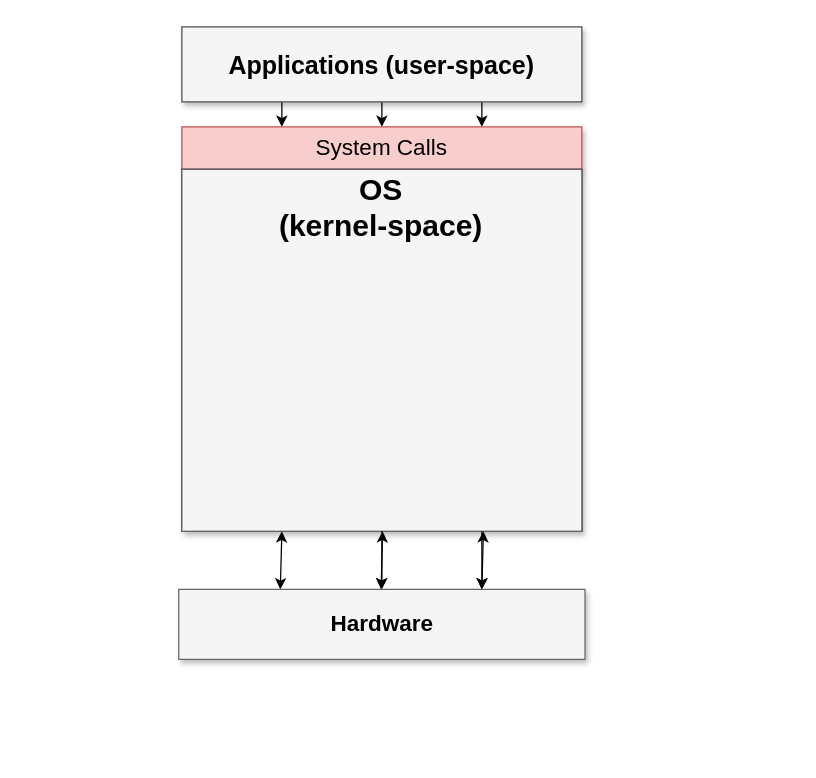
Before: page "OS_2" (3 of 4) of Operating_Systems/img/OS.drawio in Steindvart/My_study, a draw.io diagram. Source tidied: cells renumbered, new cells numbered last; positions are measured from the earlier drawing's top-left corner, leaving out a move shared by most shapes. Both pictures are drawn from the tidied source at 125%, with x=0, y=0 at pixel (179, 26).
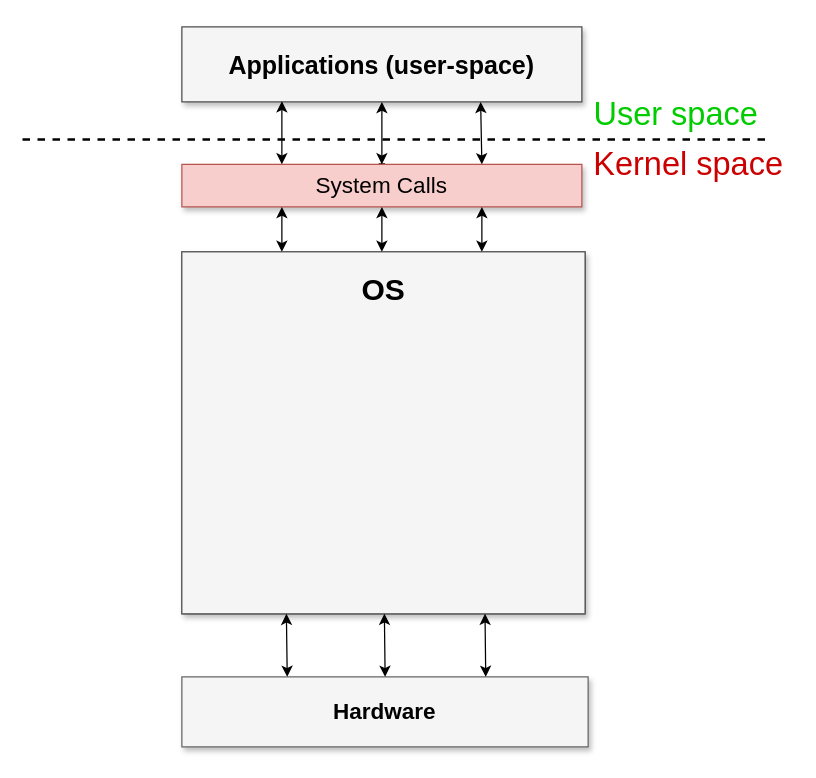
The same page after the edit.

Unchanged cells that the change refers to:
```xml
<mxCell id="5" value="&lt;b&gt;Applications (user-space)&lt;/b&gt;" style="whiteSpace=wrap;html=1;shadow=1;fontSize=20;fillColor=#f5f5f5;strokeColor=#4D4D4D;strokeWidth=1;" parent="1" vertex="1">
  <mxGeometry x="2" width="320" height="60" as="geometry" />
</mxCell>
```

The edit, as a diff of the source:
```diff
@@
-    <mxCell id="2" style="edgeStyle=orthogonalEdgeStyle;rounded=0;jettySize=auto;html=1;exitX=0.25;exitY=1;exitDx=0;exitDy=0;entryX=0.25;entryY=0;entryDx=0;entryDy=0;" parent="1" edge="1" source="5" target="10">
-      <mxGeometry relative="1" as="geometry" />
-    </mxCell>
-    <mxCell id="3" style="edgeStyle=orthogonalEdgeStyle;rounded=0;jettySize=auto;html=1;exitX=0.5;exitY=1;exitDx=0;exitDy=0;entryX=0.5;entryY=0;entryDx=0;entryDy=0;" parent="1" edge="1" source="5" target="10">
-      <mxGeometry relative="1" as="geometry" />
-    </mxCell>
-    <mxCell id="4" style="edgeStyle=orthogonalEdgeStyle;rounded=0;jettySize=auto;html=1;exitX=0.75;exitY=1;exitDx=0;exitDy=0;entryX=0.75;entryY=0;entryDx=0;entryDy=0;" parent="1" edge="1" source="5" target="10">
-      <mxGeometry relative="1" as="geometry" />
-    </mxCell>
@@
     <mxCell id="6" value="&lt;b&gt;Hardware&lt;/b&gt;" style="whiteSpace=wrap;html=1;shadow=1;fontSize=18;fillColor=#f5f5f5;strokeColor=#666666;" parent="1" vertex="1">
-      <mxGeometry x="-0.5" y="450" width="325" height="56" as="geometry" />
+      <mxGeometry x="2" y="520" width="325" height="56" as="geometry" />
     </mxCell>
-    <mxCell id="7" style="edgeStyle=orthogonalEdgeStyle;rounded=0;jettySize=auto;html=1;exitX=0.25;exitY=1;exitDx=0;exitDy=0;entryX=0.136;entryY=0.025;entryDx=0;entryDy=0;entryPerimeter=0;" parent="1" edge="1" source="10" target="13">
-      <mxGeometry relative="1" as="geometry" />
-    </mxCell>
-    <mxCell id="8" style="edgeStyle=orthogonalEdgeStyle;rounded=0;jettySize=auto;html=1;exitX=0.5;exitY=1;exitDx=0;exitDy=0;entryX=0.5;entryY=0;entryDx=0;entryDy=0;" parent="1" edge="1" source="10" target="13">
-      <mxGeometry relative="1" as="geometry" />
-    </mxCell>
-    <mxCell id="9" style="edgeStyle=orthogonalEdgeStyle;rounded=0;jettySize=auto;html=1;exitX=0.75;exitY=1;exitDx=0;exitDy=0;entryX=0.845;entryY=0.042;entryDx=0;entryDy=0;entryPerimeter=0;" parent="1" edge="1" source="10" target="13">
-      <mxGeometry relative="1" as="geometry" />
-    </mxCell>
+    <mxCell id="19" style="edgeStyle=orthogonalEdgeStyle;shape=link;rounded=0;jettySize=auto;html=1;shadow=0;strokeWidth=2;" parent="1" edge="1" source="10">
+      <mxGeometry relative="1" as="geometry">
+        <mxPoint x="162" y="110" as="targetPoint" />
+      </mxGeometry>
+    </mxCell>
     <mxCell id="10" value="System Calls" style="whiteSpace=wrap;html=1;shadow=1;fontSize=18;fillColor=#f8cecc;strokeColor=#b85450;rounded=0;glass=0;comic=0;absoluteArcSize=0;noLabel=0;fixDash=0;" parent="1" vertex="1">
-      <mxGeometry x="2" y="80" width="320" height="34" as="geometry" />
+      <mxGeometry x="2" y="110" width="320" height="34" as="geometry" />
     </mxCell>
     <mxCell id="11" style="group;fillColor=#CCCCCC;strokeColor=#000000;rounded=0;glass=0;comic=0;" parent="1" vertex="1">
-      <mxGeometry x="2" y="114" width="320" height="289.5" as="geometry" />
+      <mxGeometry x="2" y="180" width="322.5" height="289.5" as="geometry" />
     </mxCell>
     <mxCell id="12" style="whiteSpace=wrap;html=1;shadow=1;fontSize=18;fillColor=#f5f5f5;strokeColor=#666666;" parent="11" vertex="1">
-      <mxGeometry width="320" height="289.5" as="geometry" />
+      <mxGeometry width="322.5" height="289.5" as="geometry" />
     </mxCell>
-    <mxCell id="13" value="&lt;font style=&quot;font-size: 24px&quot;&gt;&lt;b&gt;&lt;font style=&quot;font-size: 24px&quot;&gt;OS &lt;br&gt;(kernel-space)&lt;br&gt;&lt;/font&gt;&lt;/b&gt;&lt;/font&gt;" style="text;html=1;strokeColor=none;fillColor=none;align=center;verticalAlign=middle;whiteSpace=wrap;rounded=0;" parent="11" vertex="1">
-      <mxGeometry x="47.5" width="224.9" height="62" as="geometry" />
+    <mxCell id="13" value="&lt;font style=&quot;font-size: 24px&quot;&gt;&lt;b&gt;&lt;font style=&quot;font-size: 24px&quot;&gt;OS &lt;br&gt;&lt;/font&gt;&lt;/b&gt;&lt;/font&gt;" style="text;html=1;strokeColor=none;fillColor=none;align=center;verticalAlign=middle;whiteSpace=wrap;rounded=0;" parent="11" vertex="1">
+      <mxGeometry x="47.9" width="226.7" height="62" as="geometry" />
     </mxCell>
-    <mxCell id="14" style="edgeStyle=orthogonalEdgeStyle;rounded=0;jettySize=auto;html=1;exitX=0.5;exitY=1;exitDx=0;exitDy=0;" parent="1" edge="1" source="12">
-      <mxGeometry relative="1" as="geometry">
-        <mxPoint x="162" y="450" as="targetPoint" />
-      </mxGeometry>
-    </mxCell>
-    <mxCell id="15" style="edgeStyle=orthogonalEdgeStyle;rounded=0;jettySize=auto;html=1;exitX=0.75;exitY=1;exitDx=0;exitDy=0;" parent="1" edge="1" source="12">
-      <mxGeometry relative="1" as="geometry">
-        <mxPoint x="242" y="450" as="targetPoint" />
-      </mxGeometry>
-    </mxCell>
-    <mxCell id="16" style="endArrow=classic;startArrow=classic;html=1;entryX=0.25;entryY=1;entryDx=0;entryDy=0;exitX=0.25;exitY=0;exitDx=0;exitDy=0;" parent="1" edge="1" source="6" target="12">
-      <mxGeometry relative="1" as="geometry" />
+    <mxCell id="16" style="endArrow=classic;startArrow=classic;html=1;entryX=0.25;entryY=1;entryDx=0;entryDy=0;exitX=0.25;exitY=0;exitDx=0;exitDy=0;" parent="1" edge="1">
+      <mxGeometry relative="1" as="geometry">
+        <mxPoint x="86.3" y="520" as="sourcePoint" />
+        <mxPoint x="85.6" y="469.5" as="targetPoint" />
+      </mxGeometry>
     </mxCell>
-    <mxCell id="17" style="endArrow=classic;startArrow=classic;html=1;entryX=0.25;entryY=1;entryDx=0;entryDy=0;exitX=0.25;exitY=0;exitDx=0;exitDy=0;" parent="1" edge="1">
-      <mxGeometry relative="1" as="geometry">
-        <mxPoint x="161.4" y="450" as="sourcePoint" />
-        <mxPoint x="162.6" y="403.5" as="targetPoint" />
-      </mxGeometry>
-    </mxCell>
-    <mxCell id="18" style="endArrow=classic;startArrow=classic;html=1;entryX=0.25;entryY=1;entryDx=0;entryDy=0;exitX=0.25;exitY=0;exitDx=0;exitDy=0;" parent="1" edge="1">
-      <mxGeometry relative="1" as="geometry">
-        <mxPoint x="242" y="450" as="sourcePoint" />
-        <mxPoint x="243.2" y="403.5" as="targetPoint" />
-      </mxGeometry>
-    </mxCell>
+    <mxCell id="20" style="endArrow=classic;startArrow=classic;html=1;entryX=0.25;entryY=1;entryDx=0;entryDy=0;exitX=0.25;exitY=0;exitDx=0;exitDy=0;" parent="1" edge="1">
+      <mxGeometry relative="1" as="geometry">
+        <mxPoint x="164.6" y="520" as="sourcePoint" />
+        <mxPoint x="164" y="469.5" as="targetPoint" />
+      </mxGeometry>
+    </mxCell>
+    <mxCell id="21" style="endArrow=classic;startArrow=classic;html=1;entryX=0.25;entryY=1;entryDx=0;entryDy=0;exitX=0.25;exitY=0;exitDx=0;exitDy=0;" parent="1" edge="1">
+      <mxGeometry relative="1" as="geometry">
+        <mxPoint x="245.1" y="520" as="sourcePoint" />
+        <mxPoint x="244.5" y="469.5" as="targetPoint" />
+      </mxGeometry>
+    </mxCell>
+    <mxCell id="22" style="endArrow=none;dashed=1;html=1;shadow=0;strokeWidth=2;" parent="1" edge="1">
+      <mxGeometry relative="1" as="geometry">
+        <mxPoint x="-125.5" y="90" as="sourcePoint" />
+        <mxPoint x="474.5" y="90" as="targetPoint" />
+      </mxGeometry>
+    </mxCell>
+    <mxCell id="23" value="&lt;font style=&quot;font-size: 26px&quot; color=&quot;#00CC00&quot;&gt;User space&lt;br&gt;&lt;/font&gt;" style="text;html=1;align=center;verticalAlign=middle;" parent="1" vertex="1">
+      <mxGeometry x="322" y="60" width="150" height="20" as="geometry" />
+    </mxCell>
+    <mxCell id="24" value="&lt;font style=&quot;font-size: 26px&quot; color=&quot;#CC0000&quot;&gt;Kernel space&lt;br&gt;&lt;/font&gt;" style="text;html=1;align=center;verticalAlign=middle;" parent="1" vertex="1">
+      <mxGeometry x="322" y="100" width="170" height="20" as="geometry" />
+    </mxCell>
+    <mxCell id="25" style="endArrow=classic;startArrow=classic;html=1;entryX=0.25;entryY=1;entryDx=0;entryDy=0;exitX=0.25;exitY=0;exitDx=0;exitDy=0;" parent="1" edge="1" source="10">
+      <mxGeometry relative="1" as="geometry">
+        <mxPoint x="82" y="59.5" as="targetPoint" />
+      </mxGeometry>
+    </mxCell>
+    <mxCell id="26" style="endArrow=classic;startArrow=classic;html=1;entryX=0.5;entryY=1;entryDx=0;entryDy=0;exitX=0.5;exitY=0;exitDx=0;exitDy=0;" parent="1" edge="1" source="10" target="5">
+      <mxGeometry relative="1" as="geometry" />
+    </mxCell>
+    <mxCell id="27" style="endArrow=classic;startArrow=classic;html=1;exitX=0.75;exitY=0;exitDx=0;exitDy=0;" parent="1" edge="1" source="10">
+      <mxGeometry relative="1" as="geometry">
+        <mxPoint x="241" y="60" as="targetPoint" />
+      </mxGeometry>
+    </mxCell>
+    <mxCell id="28" style="endArrow=classic;startArrow=classic;html=1;entryX=0.25;entryY=1;entryDx=0;entryDy=0;" parent="1" edge="1" target="10">
+      <mxGeometry relative="1" as="geometry">
+        <mxPoint x="82" y="180" as="sourcePoint" />
+      </mxGeometry>
+    </mxCell>
+    <mxCell id="29" style="endArrow=classic;startArrow=classic;html=1;entryX=0.5;entryY=1;entryDx=0;entryDy=0;" parent="1" edge="1" target="10">
+      <mxGeometry relative="1" as="geometry">
+        <mxPoint x="162" y="180" as="sourcePoint" />
+      </mxGeometry>
+    </mxCell>
+    <mxCell id="30" style="endArrow=classic;startArrow=classic;html=1;entryX=0.5;entryY=1;entryDx=0;entryDy=0;" parent="1" edge="1">
+      <mxGeometry relative="1" as="geometry">
+        <mxPoint x="242" y="180" as="sourcePoint" />
+        <mxPoint x="242" y="144" as="targetPoint" />
+        <Array as="points">
+          <mxPoint x="242" y="160" />
+        </Array>
+      </mxGeometry>
+    </mxCell>
```
